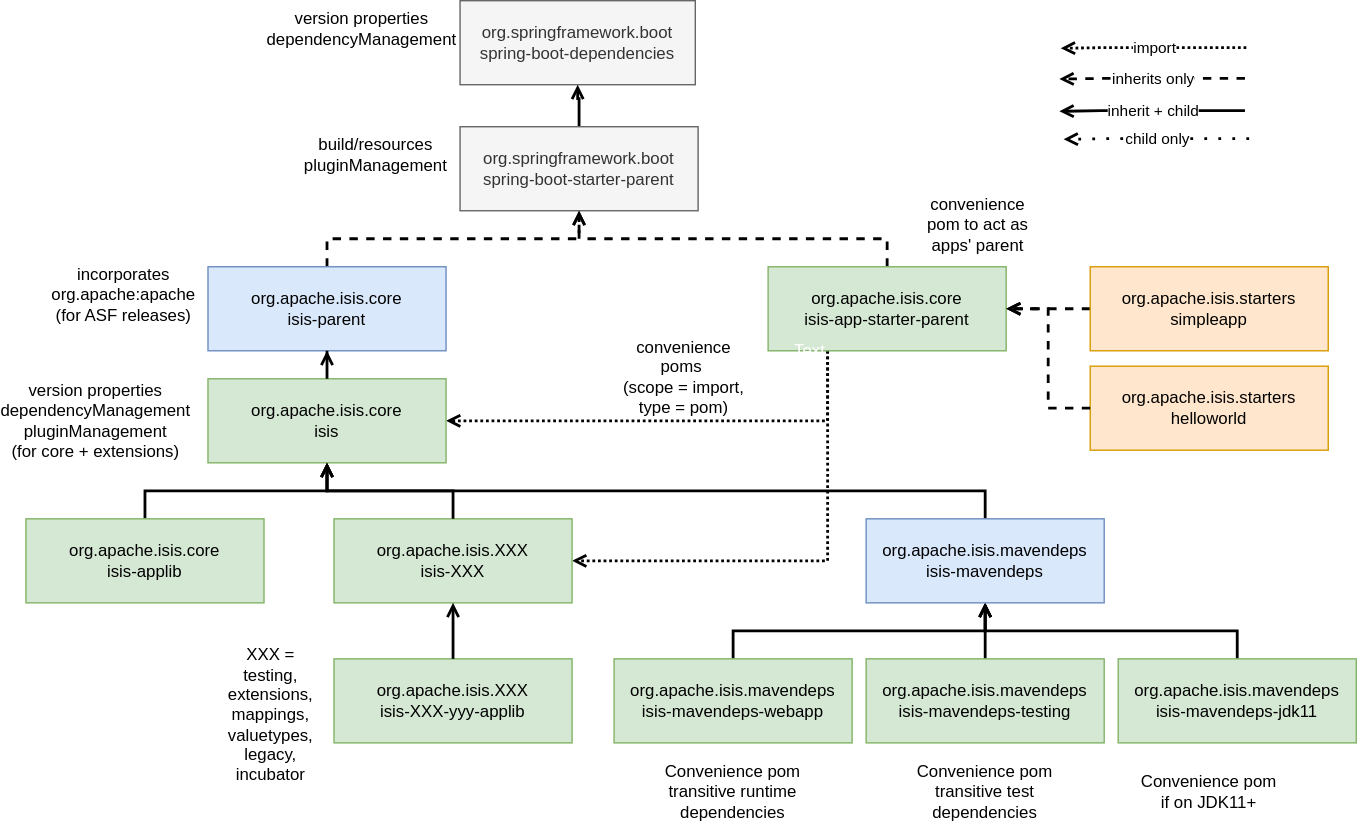
Earlier version of the draw.io export starters/adoc/modules/parent-pom/images/parent-pom.drawio.svg (apache/causeway). Source tidied: cells renumbered, new cells last; positions are measured from the earlier drawing's top-left corner, leaving out a move shared by most shapes.
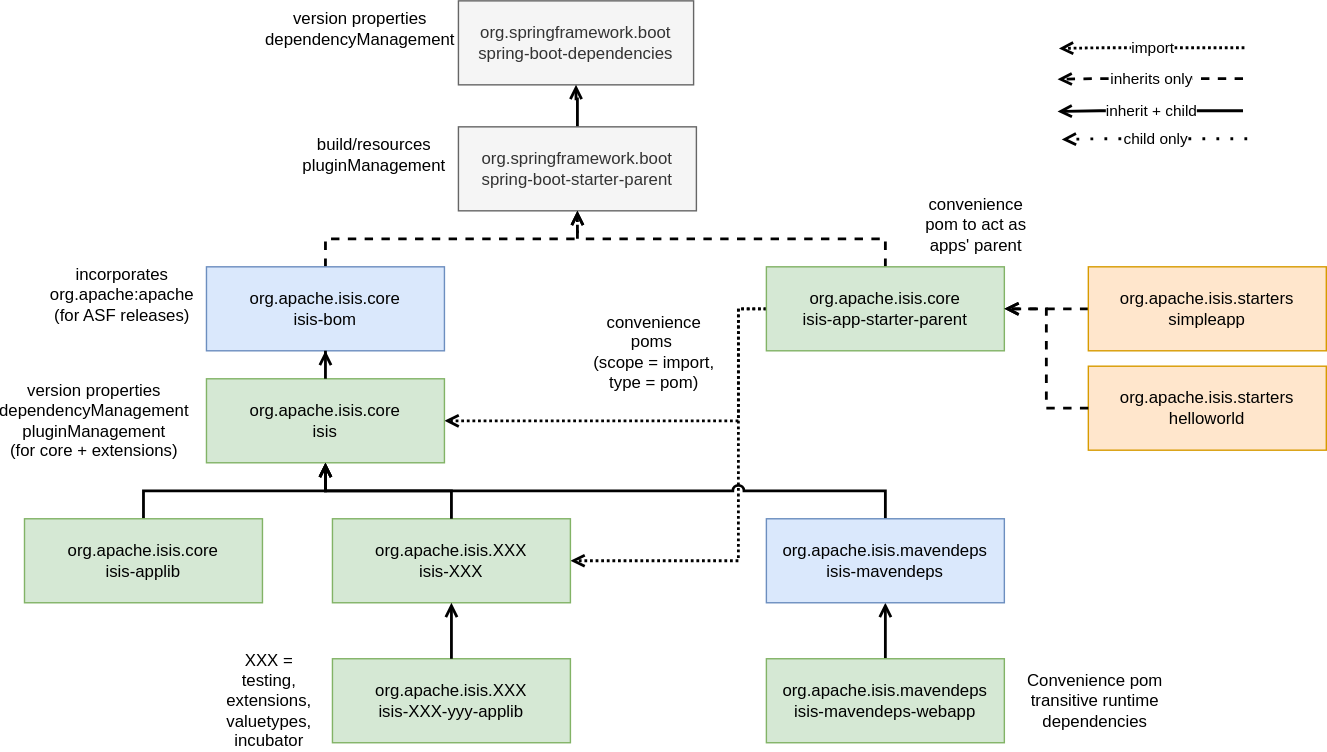
The same file after the commit.

What changed in the source:
```diff
@@ -22,17 +22,27 @@
     <mxCell id="6" style="edgeStyle=orthogonalEdgeStyle;rounded=0;jettySize=auto;html=1;exitX=0.5;exitY=0;exitDx=0;exitDy=0;endArrow=open;endFill=0;strokeWidth=2;fontColor=#FFFFFF;sketch=0;dashed=1;" parent="1" edge="1" source="7" target="5">
       <mxGeometry relative="1" as="geometry" />
     </mxCell>
-    <mxCell id="7" value="org.apache.isis.core&lt;br&gt;isis-parent" style="whiteSpace=wrap;html=1;rounded=0;fillColor=#dae8fc;strokeColor=#6c8ebf;" parent="1" vertex="1">
+    <mxCell id="7" value="org.apache.isis.core&lt;br&gt;isis-bom" style="whiteSpace=wrap;html=1;rounded=0;fillColor=#dae8fc;strokeColor=#6c8ebf;" parent="1" vertex="1">
       <mxGeometry x="130" y="190" width="170" height="60" as="geometry" />
     </mxCell>
     <mxCell id="8" style="edgeStyle=orthogonalEdgeStyle;rounded=0;jettySize=auto;html=1;exitX=0.5;exitY=0;exitDx=0;exitDy=0;endArrow=open;endFill=0;strokeWidth=2;fontColor=#FFFFFF;dashed=1;" parent="1" edge="1" source="11" target="5">
       <mxGeometry relative="1" as="geometry" />
     </mxCell>
-    <mxCell id="9" style="edgeStyle=orthogonalEdgeStyle;rounded=0;sketch=0;jettySize=auto;html=1;exitX=0.25;exitY=1;exitDx=0;exitDy=0;entryX=1;entryY=0.5;entryDx=0;entryDy=0;dashed=1;endArrow=open;endFill=0;strokeWidth=2;fontColor=#FFFFFF;dashPattern=1 1;" parent="1" edge="1" source="11" target="12">
-      <mxGeometry relative="1" as="geometry" />
+    <mxCell id="9" style="edgeStyle=orthogonalEdgeStyle;rounded=0;sketch=0;jettySize=auto;html=1;exitX=0;exitY=0.5;exitDx=0;exitDy=0;entryX=1;entryY=0.5;entryDx=0;entryDy=0;dashed=1;endArrow=open;endFill=0;strokeWidth=2;fontColor=#FFFFFF;dashPattern=1 1;" parent="1" edge="1" source="11" target="12">
+      <mxGeometry relative="1" as="geometry">
+        <Array as="points">
+          <mxPoint x="510" y="220" />
+          <mxPoint x="510" y="300" />
+        </Array>
+      </mxGeometry>
     </mxCell>
-    <mxCell id="10" style="edgeStyle=orthogonalEdgeStyle;rounded=0;sketch=0;jettySize=auto;html=1;exitX=0.25;exitY=1;exitDx=0;exitDy=0;entryX=1;entryY=0.5;entryDx=0;entryDy=0;dashed=1;dashPattern=1 1;endArrow=open;endFill=0;strokeWidth=2;fontColor=#FFFFFF;" parent="1" edge="1" source="11" target="14">
-      <mxGeometry relative="1" as="geometry" />
+    <mxCell id="10" style="edgeStyle=orthogonalEdgeStyle;rounded=0;sketch=0;jettySize=auto;html=1;exitX=0;exitY=0.5;exitDx=0;exitDy=0;entryX=1;entryY=0.5;entryDx=0;entryDy=0;dashed=1;dashPattern=1 1;endArrow=open;endFill=0;strokeWidth=2;fontColor=#FFFFFF;jumpStyle=arc;" parent="1" edge="1" source="11" target="14">
+      <mxGeometry relative="1" as="geometry">
+        <Array as="points">
+          <mxPoint x="510" y="220" />
+          <mxPoint x="510" y="400" />
+        </Array>
+      </mxGeometry>
     </mxCell>
     <mxCell id="11" value="org.apache.isis.core&lt;br&gt;isis-app-starter-parent" style="whiteSpace=wrap;html=1;rounded=0;fillColor=#d5e8d4;strokeColor=#82b366;" parent="1" vertex="1">
       <mxGeometry x="530" y="190" width="170" height="60" as="geometry" />
@@ -53,25 +63,13 @@
       <mxGeometry relative="1" as="geometry" />
     </mxCell>
     <mxCell id="17" value="org.apache.isis.mavendeps&lt;br&gt;isis-mavendeps-webapp" style="whiteSpace=wrap;html=1;rounded=0;fillColor=#d5e8d4;strokeColor=#82b366;" parent="1" vertex="1">
-      <mxGeometry x="420" y="470" width="170" height="60" as="geometry" />
+      <mxGeometry x="530" y="470" width="170" height="60" as="geometry" />
     </mxCell>
-    <mxCell id="18" style="edgeStyle=orthogonalEdgeStyle;rounded=0;jettySize=auto;html=1;exitX=0.5;exitY=0;exitDx=0;exitDy=0;endArrow=open;endFill=0;strokeWidth=2;fontColor=#FFFFFF;" parent="1" edge="1" source="19" target="23">
-      <mxGeometry relative="1" as="geometry" />
-    </mxCell>
-    <mxCell id="19" value="org.apache.isis.mavendeps&lt;br&gt;isis-mavendeps-testing" style="whiteSpace=wrap;html=1;rounded=0;fillColor=#d5e8d4;strokeColor=#82b366;" parent="1" vertex="1">
-      <mxGeometry x="600" y="470" width="170" height="60" as="geometry" />
-    </mxCell>
-    <mxCell id="20" style="edgeStyle=orthogonalEdgeStyle;rounded=0;jettySize=auto;html=1;exitX=0.5;exitY=0;exitDx=0;exitDy=0;endArrow=open;endFill=0;strokeWidth=2;fontColor=#FFFFFF;" parent="1" edge="1" source="21" target="23">
-      <mxGeometry relative="1" as="geometry" />
-    </mxCell>
-    <mxCell id="21" value="org.apache.isis.mavendeps&lt;br&gt;isis-mavendeps-jdk11" style="whiteSpace=wrap;html=1;rounded=0;fillColor=#d5e8d4;strokeColor=#82b366;" parent="1" vertex="1">
-      <mxGeometry x="780" y="470" width="170" height="60" as="geometry" />
-    </mxCell>
-    <mxCell id="22" style="edgeStyle=orthogonalEdgeStyle;rounded=0;jettySize=auto;html=1;exitX=0.5;exitY=0;exitDx=0;exitDy=0;endArrow=open;endFill=0;strokeWidth=2;fontColor=#FFFFFF;" parent="1" edge="1" source="23" target="12">
+    <mxCell id="22" style="edgeStyle=orthogonalEdgeStyle;rounded=0;jettySize=auto;html=1;exitX=0.5;exitY=0;exitDx=0;exitDy=0;endArrow=open;endFill=0;strokeWidth=2;fontColor=#FFFFFF;jumpStyle=arc;" parent="1" edge="1" source="23" target="12">
       <mxGeometry relative="1" as="geometry" />
     </mxCell>
     <mxCell id="23" value="org.apache.isis.mavendeps&lt;br&gt;isis-mavendeps" style="whiteSpace=wrap;html=1;rounded=0;fillColor=#dae8fc;strokeColor=#6c8ebf;" parent="1" vertex="1">
-      <mxGeometry x="600" y="370" width="170" height="60" as="geometry" />
+      <mxGeometry x="530" y="370" width="170" height="60" as="geometry" />
     </mxCell>
     <mxCell id="24" style="edgeStyle=orthogonalEdgeStyle;rounded=0;sketch=0;jettySize=auto;html=1;dashed=1;endArrow=open;endFill=0;strokeWidth=2;fontColor=#FFFFFF;" parent="1" edge="1" source="25" target="11">
       <mxGeometry relative="1" as="geometry" />
@@ -103,9 +101,6 @@
         </Array>
       </mxGeometry>
     </mxCell>
-    <mxCell id="30" value="Text" style="text;html=1;strokeColor=none;fillColor=none;align=center;verticalAlign=middle;whiteSpace=wrap;rounded=0;fontColor=#FFFFFF;" parent="1" vertex="1">
-      <mxGeometry x="540" y="240" width="40" height="20" as="geometry" />
-    </mxCell>
     <mxCell id="31" value="inherits only" style="edgeStyle=orthogonalEdgeStyle;rounded=0;sketch=0;orthogonalLoop=1;jettySize=auto;html=1;exitX=0.25;exitY=1;exitDx=0;exitDy=0;dashed=1;endArrow=open;endFill=0;strokeWidth=2;" parent="1" edge="1">
       <mxGeometry relative="1" as="geometry">
         <mxPoint x="870.5" y="55.5" as="sourcePoint" />
@@ -152,20 +147,14 @@
       <mxGeometry x="30" y="290" width="40" height="20" as="geometry" />
     </mxCell>
     <mxCell id="39" value="convenience poms&amp;nbsp;&lt;br&gt;(scope = import, type = pom)" style="text;html=1;strokeColor=none;fillColor=none;align=center;verticalAlign=middle;whiteSpace=wrap;rounded=0;fontColor=#000000;" parent="1" vertex="1">
-      <mxGeometry x="420" y="259" width="100" height="20" as="geometry" />
+      <mxGeometry x="400" y="241" width="100" height="20" as="geometry" />
     </mxCell>
-    <mxCell id="40" value="XXX = testing, extensions, mappings, valuetypes,&lt;br&gt;legacy,&lt;br&gt;incubator" style="text;html=1;strokeColor=none;fillColor=none;align=center;verticalAlign=middle;whiteSpace=wrap;rounded=0;fontColor=#000000;" parent="1" vertex="1">
-      <mxGeometry x="140" y="500" width="70" height="20" as="geometry" />
+    <mxCell id="40" value="XXX = testing, extensions, valuetypes,&lt;br&gt;incubator" style="text;html=1;strokeColor=none;fillColor=none;align=center;verticalAlign=middle;whiteSpace=wrap;rounded=0;fontColor=#000000;" parent="1" vertex="1">
+      <mxGeometry x="140" y="490" width="70" height="20" as="geometry" />
     </mxCell>
     <mxCell id="41" value="Convenience pom&lt;br&gt;transitive runtime dependencies" style="text;html=1;strokeColor=none;fillColor=none;align=center;verticalAlign=middle;whiteSpace=wrap;rounded=0;fontColor=#000000;" parent="1" vertex="1">
-      <mxGeometry x="450" y="555" width="110" height="20" as="geometry" />
+      <mxGeometry x="710" y="490" width="110" height="20" as="geometry" />
     </mxCell>
-    <mxCell id="42" value="Convenience pom&lt;br&gt;transitive test dependencies" style="text;html=1;strokeColor=none;fillColor=none;align=center;verticalAlign=middle;whiteSpace=wrap;rounded=0;fontColor=#000000;" parent="1" vertex="1">
-      <mxGeometry x="630" y="555" width="110" height="20" as="geometry" />
-    </mxCell>
-    <mxCell id="43" value="Convenience pom&lt;br&gt;if on JDK11+" style="text;html=1;strokeColor=none;fillColor=none;align=center;verticalAlign=middle;whiteSpace=wrap;rounded=0;fontColor=#000000;" parent="1" vertex="1">
-      <mxGeometry x="790" y="555" width="110" height="20" as="geometry" />
-    </mxCell>
     <mxCell id="44" value="org.apache.isis.starters&lt;br&gt;helloworld" style="whiteSpace=wrap;html=1;rounded=0;fillColor=#ffe6cc;strokeColor=#d79b00;" parent="1" vertex="1">
       <mxGeometry x="760" y="261" width="170" height="60" as="geometry" />
     </mxCell>
```
